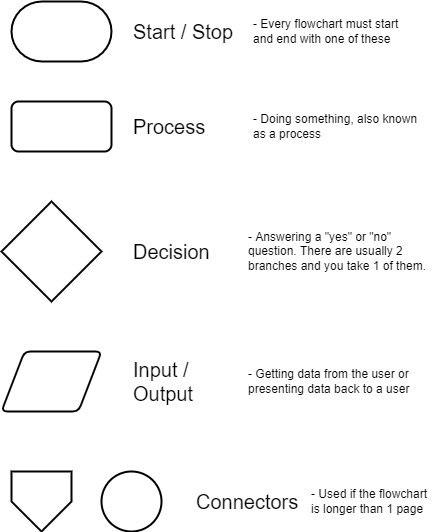
Before: docs/problem-solving/images/flow-chart-symbols.png, a diagram exported from draw.io (Mr-Coxall/Computer-Based-Problem-Solving). Source tidied: cells renumbered, new cells last; positions are measured from the earlier drawing's top-left corner, leaving out a move shared by most shapes.
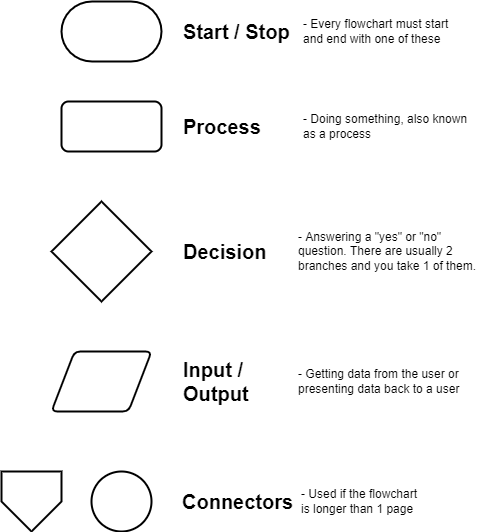
The same file after the commit.

Commit message:
flowchart example

Diff of the diagram source:
```diff
@@ -5,7 +5,7 @@
     <mxCell id="2" style="strokeWidth=2;html=1;shape=mxgraph.flowchart.terminator;whiteSpace=wrap;" parent="1" vertex="1">
       <mxGeometry x="10" width="100" height="60" as="geometry" />
     </mxCell>
-    <mxCell id="3" value="Start / Stop" style="text;html=1;align=left;verticalAlign=middle;strokeColor=none;fillColor=none;fontSize=20;" parent="1" vertex="1">
+    <mxCell id="3" value="Start / Stop" style="text;html=1;align=left;verticalAlign=middle;strokeColor=none;fillColor=none;fontSize=20;fontStyle=1;" parent="1" vertex="1">
       <mxGeometry x="130" y="15" width="120" height="30" as="geometry" />
     </mxCell>
     <mxCell id="4" value="- Every flowchart must start&lt;br&gt;and end with one of these" style="text;html=1;align=left;verticalAlign=middle;strokeColor=none;fillColor=none;" parent="1" vertex="1">
@@ -14,7 +14,7 @@
     <mxCell id="5" style="rounded=1;whiteSpace=wrap;html=1;absoluteArcSize=1;arcSize=14;strokeWidth=2;fontSize=20;" parent="1" vertex="1">
       <mxGeometry x="10" y="100" width="100" height="50" as="geometry" />
     </mxCell>
-    <mxCell id="6" value="Process" style="text;html=1;align=left;verticalAlign=middle;strokeColor=none;fillColor=none;fontSize=20;" parent="1" vertex="1">
+    <mxCell id="6" value="Process" style="text;html=1;align=left;verticalAlign=middle;strokeColor=none;fillColor=none;fontSize=20;fontStyle=1;" parent="1" vertex="1">
       <mxGeometry x="130" y="110" width="90" height="30" as="geometry" />
     </mxCell>
     <mxCell id="7" value="- Doing something, also known&lt;br&gt;as a process" style="text;html=1;align=left;verticalAlign=middle;strokeColor=none;fillColor=none;" parent="1" vertex="1">
@@ -23,8 +23,8 @@
     <mxCell id="8" style="strokeWidth=2;html=1;shape=mxgraph.flowchart.decision;whiteSpace=wrap;fontSize=20;" parent="1" vertex="1">
       <mxGeometry y="200" width="100" height="100" as="geometry" />
     </mxCell>
-    <mxCell id="9" value="Decision" style="text;html=1;align=left;verticalAlign=middle;strokeColor=none;fillColor=none;fontSize=20;" parent="1" vertex="1">
-      <mxGeometry x="130" y="235" width="90" height="30" as="geometry" />
+    <mxCell id="9" value="Decision" style="text;html=1;align=left;verticalAlign=middle;strokeColor=none;fillColor=none;fontSize=20;fontStyle=1;" parent="1" vertex="1">
+      <mxGeometry x="130" y="235" width="100" height="30" as="geometry" />
     </mxCell>
     <mxCell id="10" value="- Answering a &quot;yes&quot; or &quot;no&quot;&lt;br&gt;question. There are usually 2&lt;br&gt;branches and you take 1 of them." style="text;html=1;align=left;verticalAlign=middle;strokeColor=none;fillColor=none;" parent="1" vertex="1">
       <mxGeometry x="245" y="225" width="190" height="50" as="geometry" />
@@ -32,23 +32,23 @@
     <mxCell id="11" style="shape=parallelogram;html=1;strokeWidth=2;perimeter=parallelogramPerimeter;whiteSpace=wrap;rounded=1;arcSize=12;size=0.23;fontSize=20;" parent="1" vertex="1">
       <mxGeometry y="350" width="100" height="60" as="geometry" />
     </mxCell>
-    <mxCell id="12" value="Input / &lt;br&gt;Output" style="text;html=1;align=left;verticalAlign=middle;strokeColor=none;fillColor=none;fontSize=20;" parent="1" vertex="1">
+    <mxCell id="12" value="Input / &lt;br&gt;Output" style="text;html=1;align=left;verticalAlign=middle;strokeColor=none;fillColor=none;fontSize=20;fontStyle=1;" parent="1" vertex="1">
       <mxGeometry x="130" y="355" width="80" height="50" as="geometry" />
     </mxCell>
     <mxCell id="13" value="- Getting data from the user or&lt;br&gt;presenting data back to a user" style="text;html=1;align=left;verticalAlign=middle;strokeColor=none;fillColor=none;" parent="1" vertex="1">
       <mxGeometry x="245" y="365" width="180" height="30" as="geometry" />
     </mxCell>
     <mxCell id="14" style="verticalLabelPosition=bottom;verticalAlign=top;html=1;shape=offPageConnector;rounded=0;size=0.5;fontSize=20;strokeWidth=2;" parent="1" vertex="1">
-      <mxGeometry x="10" y="470" width="60" height="60" as="geometry" />
+      <mxGeometry x="-50" y="470" width="60" height="60" as="geometry" />
     </mxCell>
     <mxCell id="15" style="verticalLabelPosition=bottom;verticalAlign=top;html=1;shape=mxgraph.flowchart.on-page_reference;fontSize=20;strokeWidth=2;" parent="1" vertex="1">
-      <mxGeometry x="100" y="470" width="60" height="60" as="geometry" />
+      <mxGeometry x="40" y="470" width="60" height="60" as="geometry" />
     </mxCell>
-    <mxCell id="16" value="Connectors" style="text;html=1;align=left;verticalAlign=middle;strokeColor=none;fillColor=none;fontSize=20;" parent="1" vertex="1">
-      <mxGeometry x="192.5" y="485" width="120" height="30" as="geometry" />
+    <mxCell id="16" value="Connectors" style="text;html=1;align=left;verticalAlign=middle;strokeColor=none;fillColor=none;fontSize=20;fontStyle=1;" parent="1" vertex="1">
+      <mxGeometry x="128.5" y="485" width="130" height="30" as="geometry" />
     </mxCell>
     <mxCell id="17" value="- Used if the flowchart&lt;br&gt;is longer than 1 page" style="text;html=1;align=left;verticalAlign=middle;strokeColor=none;fillColor=none;" parent="1" vertex="1">
-      <mxGeometry x="307.5" y="485" width="130" height="30" as="geometry" />
+      <mxGeometry x="247.5" y="485" width="130" height="30" as="geometry" />
     </mxCell>
   </root>
 </mxGraphModel>
```
